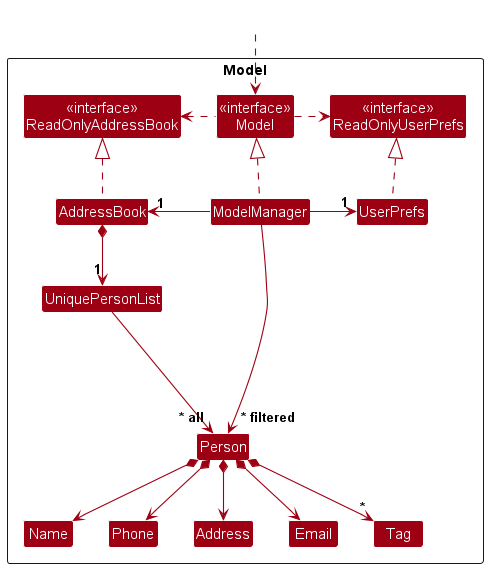
Above: images/ModelClassDiagram.png in AY2627S1-CS2103T-W14-3/tp (PlantUML), before the change. The source it was exported from:
```plantuml
@startuml
!include style.puml
skinparam arrowThickness 1.1
skinparam arrowColor MODEL_COLOR
skinparam classBackgroundColor MODEL_COLOR

Package Model as ModelPackage <<Rectangle>>{
Class "<<interface>>\nReadOnlyAddressBook" as ReadOnlyAddressBook
Class "<<interface>>\nReadOnlyUserPrefs" as ReadOnlyUserPrefs
Class "<<interface>>\nModel" as Model
Class AddressBook
Class ModelManager
Class UserPrefs

Class UniquePersonList
Class Person
Class Address
Class Email
Class Name
Class Phone
Class Tag

Class I #FFFFFF
}

Class HiddenOutside #FFFFFF
HiddenOutside ..> Model

AddressBook .up.|> ReadOnlyAddressBook

ModelManager .up.|> Model
Model .right.> ReadOnlyUserPrefs
Model .left.> ReadOnlyAddressBook
ModelManager -left-> "1" AddressBook
ModelManager -right-> "1" UserPrefs
UserPrefs .up.|> ReadOnlyUserPrefs

AddressBook *--> "1" UniquePersonList
UniquePersonList --> "~* all" Person
Person *--> Name
Person *--> Phone
Person *--> Email
Person *--> Address
Person *--> "*" Tag

Person -[hidden]up--> I
UniquePersonList -[hidden]right-> I

Name -[hidden]right-> Phone
Phone -[hidden]right-> Address
Address -[hidden]right-> Email

ModelManager --> "~* filtered" Person
@enduml
```
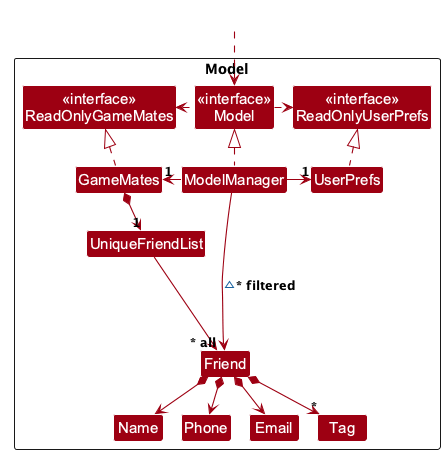
The same file after the commit.

What changed in the source:
```diff
@@ -1,20 +1,20 @@
 @startuml
+!pragma layout smetana
 !include style.puml
 skinparam arrowThickness 1.1
 skinparam arrowColor MODEL_COLOR
 skinparam classBackgroundColor MODEL_COLOR
 
 Package Model as ModelPackage <<Rectangle>>{
-Class "<<interface>>\nReadOnlyAddressBook" as ReadOnlyAddressBook
+Class "<<interface>>\nReadOnlyGameMates" as ReadOnlyGameMates
 Class "<<interface>>\nReadOnlyUserPrefs" as ReadOnlyUserPrefs
 Class "<<interface>>\nModel" as Model
-Class AddressBook
+Class GameMates
 Class ModelManager
 Class UserPrefs
 
-Class UniquePersonList
-Class Person
-Class Address
+Class UniqueFriendList
+Class Friend
 Class Email
 Class Name
 Class Phone
@@ -26,29 +26,27 @@
 Class HiddenOutside #FFFFFF
 HiddenOutside ..> Model
 
-AddressBook .up.|> ReadOnlyAddressBook
+GameMates .up.|> ReadOnlyGameMates
 
 ModelManager .up.|> Model
 Model .right.> ReadOnlyUserPrefs
-Model .left.> ReadOnlyAddressBook
-ModelManager -left-> "1" AddressBook
+Model .left.> ReadOnlyGameMates
+ModelManager -left-> "1" GameMates
 ModelManager -right-> "1" UserPrefs
 UserPrefs .up.|> ReadOnlyUserPrefs
 
-AddressBook *--> "1" UniquePersonList
-UniquePersonList --> "~* all" Person
-Person *--> Name
-Person *--> Phone
-Person *--> Email
-Person *--> Address
-Person *--> "*" Tag
+GameMates *--> "1" UniqueFriendList
+UniqueFriendList --> "~* all" Friend
+Friend *--> Name
+Friend *--> Phone
+Friend *--> Email
+Friend *--> "*" Tag
 
-Person -[hidden]up--> I
-UniquePersonList -[hidden]right-> I
+Friend -[hidden]up--> I
+UniqueFriendList -[hidden]right-> I
 
 Name -[hidden]right-> Phone
-Phone -[hidden]right-> Address
-Address -[hidden]right-> Email
+Phone -[hidden]right-> Email
 
-ModelManager --> "~* filtered" Person
+ModelManager --> Friend : ~* filtered
 @enduml
```
